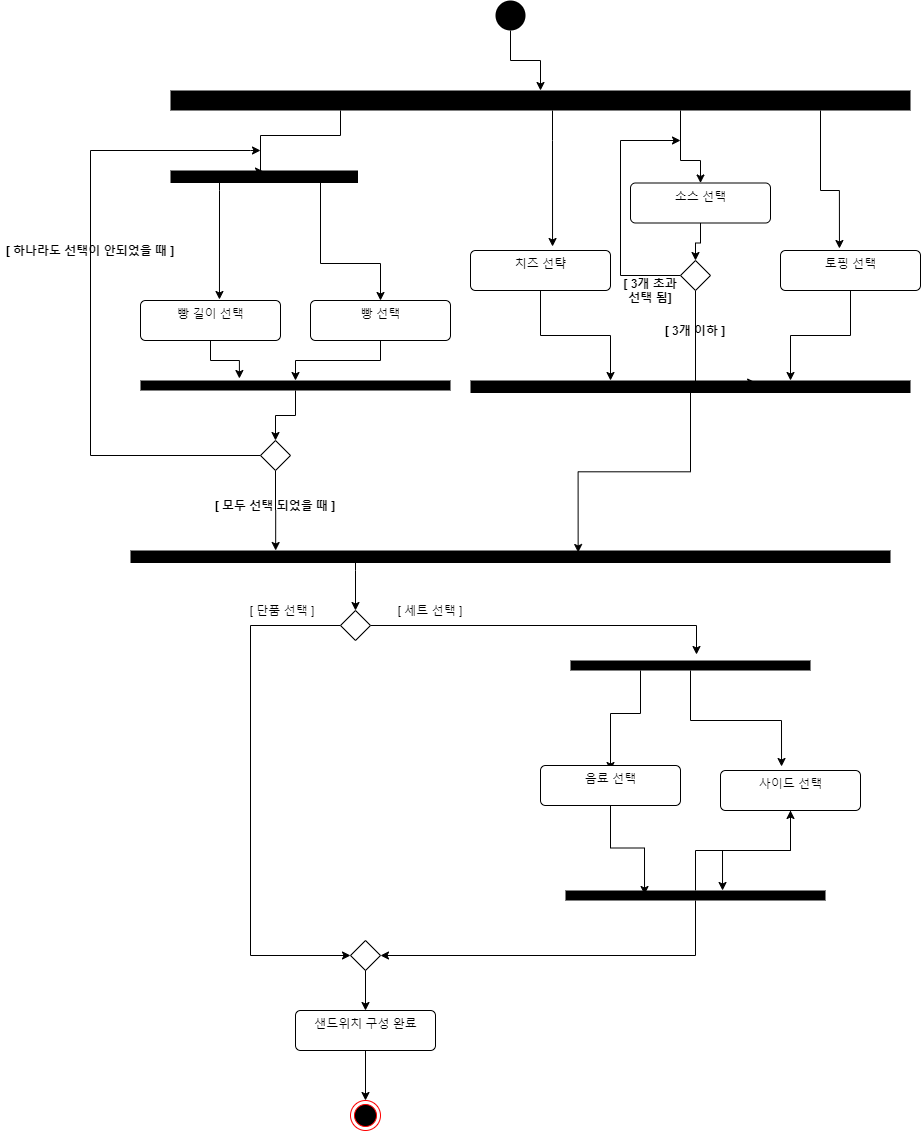
The draw.io diagram 상세명세서/Functional Model/activity diagram/Order Sandwich.png in distroytest/KNUSD-20202-Team05, before a commit. Source tidied: cells renumbered, new cells last; positions are measured from the earlier drawing's top-left corner, leaving out a move shared by most shapes.
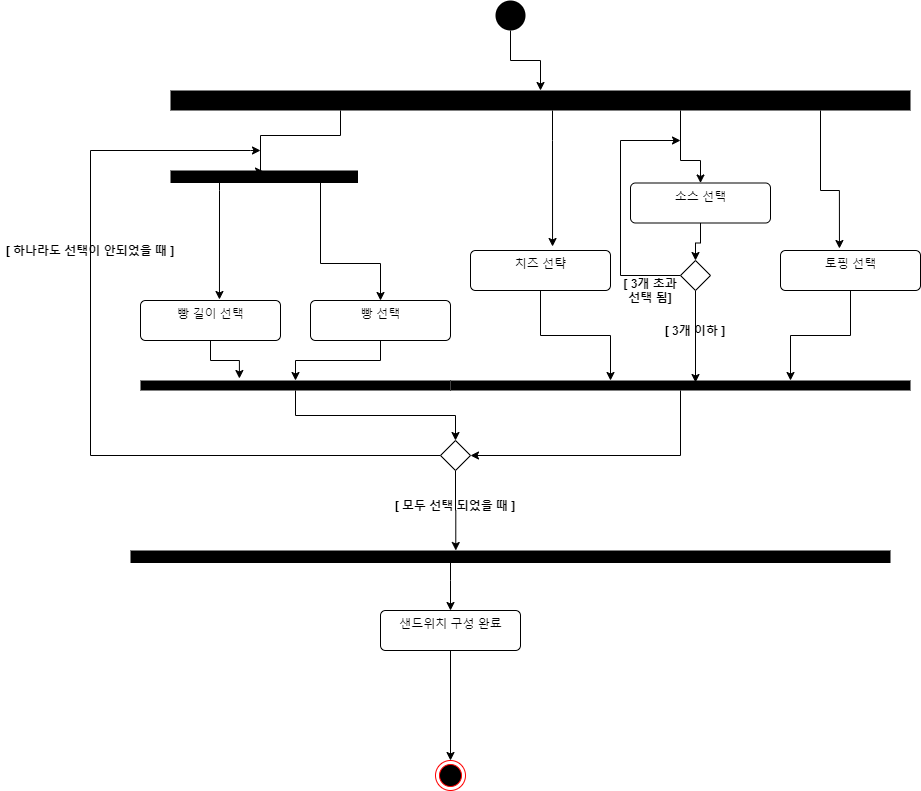
The same diagram one commit later.

What changed in the source:
```diff
@@ -109,20 +109,24 @@
     <mxCell id="23" style="html=1;points=[];perimeter=orthogonalPerimeter;fillColor=#000000;strokeColor=none;direction=south;" parent="1" vertex="1">
       <mxGeometry x="140" y="380" width="310" height="10" as="geometry" />
     </mxCell>
-    <mxCell id="24" style="edgeStyle=orthogonalEdgeStyle;rounded=0;jettySize=auto;html=1;entryX=0.16;entryY=0.411;entryDx=0;entryDy=0;entryPerimeter=0;" parent="1" edge="1" source="25" target="27">
-      <mxGeometry relative="1" as="geometry" />
+    <mxCell id="24" style="edgeStyle=orthogonalEdgeStyle;rounded=0;jettySize=auto;html=1;entryX=1;entryY=0.5;entryDx=0;entryDy=0;" parent="1" edge="1" source="25" target="30">
+      <mxGeometry relative="1" as="geometry">
+        <Array as="points">
+          <mxPoint x="680" y="455" />
+        </Array>
+      </mxGeometry>
     </mxCell>
     <mxCell id="25" style="html=1;points=[];perimeter=orthogonalPerimeter;fillColor=#000000;strokeColor=none;direction=south;" parent="1" vertex="1">
-      <mxGeometry x="470" y="380" width="440" height="12.5" as="geometry" />
+      <mxGeometry x="450" y="380" width="460" height="10" as="geometry" />
     </mxCell>
-    <mxCell id="26" style="edgeStyle=orthogonalEdgeStyle;rounded=0;jettySize=auto;html=1;entryX=0.5;entryY=0;entryDx=0;entryDy=0;" parent="1" edge="1" source="27" target="40">
-      <mxGeometry relative="1" as="geometry">
-        <Array as="points">
-          <mxPoint x="355" y="570" />
-          <mxPoint x="355" y="570" />
-        </Array>
-      </mxGeometry>
-    </mxCell>
+    <mxCell id="58" style="edgeStyle=orthogonalEdgeStyle;rounded=0;jettySize=auto;html=1;" parent="1" edge="1" source="27" target="57">
+      <mxGeometry relative="1" as="geometry">
+        <Array as="points">
+          <mxPoint x="450" y="580" />
+          <mxPoint x="450" y="580" />
+        </Array>
+      </mxGeometry>
+    </mxCell>
     <mxCell id="27" style="html=1;points=[];perimeter=orthogonalPerimeter;fillColor=#000000;strokeColor=none;direction=south;" parent="1" vertex="1">
       <mxGeometry x="130" y="550" width="760" height="12.5" as="geometry" />
     </mxCell>
@@ -136,14 +140,14 @@
         </Array>
       </mxGeometry>
     </mxCell>
-    <mxCell id="29" style="edgeStyle=orthogonalEdgeStyle;rounded=0;jettySize=auto;html=1;entryX=0;entryY=0.809;entryDx=0;entryDy=0;entryPerimeter=0;" parent="1" edge="1" source="30" target="27">
+    <mxCell id="29" style="edgeStyle=orthogonalEdgeStyle;rounded=0;jettySize=auto;html=1;entryX=0;entryY=0.572;entryDx=0;entryDy=0;entryPerimeter=0;" parent="1" edge="1" source="30" target="27">
       <mxGeometry relative="1" as="geometry" />
     </mxCell>
     <mxCell id="30" style="rhombus;" parent="1" vertex="1">
-      <mxGeometry x="260" y="440" width="30" height="30" as="geometry" />
+      <mxGeometry x="440" y="440" width="30" height="30" as="geometry" />
     </mxCell>
     <mxCell id="31" value="&lt;b&gt;[ 모두 선택 되었을 때 ]&lt;/b&gt;" style="text;html=1;strokeColor=none;fillColor=none;align=center;verticalAlign=middle;whiteSpace=wrap;rounded=0;" parent="1" vertex="1">
-      <mxGeometry x="210" y="495" width="130" height="20" as="geometry" />
+      <mxGeometry x="390" y="495" width="130" height="20" as="geometry" />
     </mxCell>
     <mxCell id="32" style="edgeStyle=orthogonalEdgeStyle;rounded=0;jettySize=auto;html=1;" parent="1" edge="1" source="34">
       <mxGeometry relative="1" as="geometry">
@@ -154,8 +158,9 @@
         </Array>
       </mxGeometry>
     </mxCell>
-    <mxCell id="33" style="edgeStyle=orthogonalEdgeStyle;rounded=0;jettySize=auto;html=1;entryX=0.16;entryY=0.352;entryDx=0;entryDy=0;entryPerimeter=0;" parent="1" edge="1" source="34" target="25">
+    <mxCell id="33" style="edgeStyle=orthogonalEdgeStyle;rounded=0;jettySize=auto;html=1;" parent="1" edge="1" source="34">
       <mxGeometry relative="1" as="geometry">
+        <mxPoint x="695" y="382" as="targetPoint" />
         <Array as="points">
           <mxPoint x="695" y="382" />
         </Array>
@@ -173,79 +178,19 @@
     <mxCell id="37" value="&lt;b&gt;[ 하나라도 선택이 안되었을 때 ]&lt;/b&gt;" style="text;html=1;strokeColor=none;fillColor=none;align=center;verticalAlign=middle;whiteSpace=wrap;rounded=0;" parent="1" vertex="1">
       <mxGeometry y="240" width="180" height="20" as="geometry" />
     </mxCell>
-    <mxCell id="38" style="edgeStyle=orthogonalEdgeStyle;rounded=0;jettySize=auto;html=1;entryX=-0.6;entryY=0.475;entryDx=0;entryDy=0;entryPerimeter=0;" parent="1" edge="1" source="40" target="45">
-      <mxGeometry relative="1" as="geometry" />
-    </mxCell>
-    <mxCell id="39" style="edgeStyle=orthogonalEdgeStyle;rounded=0;jettySize=auto;html=1;entryX=0;entryY=0.5;entryDx=0;entryDy=0;" parent="1" edge="1" source="40" target="42">
-      <mxGeometry relative="1" as="geometry">
-        <Array as="points">
-          <mxPoint x="250" y="625" />
-          <mxPoint x="250" y="955" />
-        </Array>
-      </mxGeometry>
-    </mxCell>
-    <mxCell id="40" style="rhombus;" parent="1" vertex="1">
-      <mxGeometry x="340" y="610" width="30" height="30" as="geometry" />
-    </mxCell>
-    <mxCell id="41" style="edgeStyle=orthogonalEdgeStyle;rounded=0;jettySize=auto;html=1;" parent="1" edge="1" source="42" target="57">
-      <mxGeometry relative="1" as="geometry" />
-    </mxCell>
-    <mxCell id="42" style="rhombus;" parent="1" vertex="1">
-      <mxGeometry x="350" y="940" width="30" height="30" as="geometry" />
-    </mxCell>
-    <mxCell id="43" style="edgeStyle=orthogonalEdgeStyle;rounded=0;jettySize=auto;html=1;entryX=0.5;entryY=0.125;entryDx=0;entryDy=0;entryPerimeter=0;" parent="1" edge="1" source="45" target="50">
-      <mxGeometry relative="1" as="geometry">
-        <Array as="points">
-          <mxPoint x="640" y="713" />
-          <mxPoint x="610" y="713" />
-        </Array>
-      </mxGeometry>
-    </mxCell>
-    <mxCell id="44" style="edgeStyle=orthogonalEdgeStyle;rounded=0;jettySize=auto;html=1;entryX=0.436;entryY=-0.1;entryDx=0;entryDy=0;entryPerimeter=0;" parent="1" edge="1" source="45" target="52">
-      <mxGeometry relative="1" as="geometry" />
-    </mxCell>
-    <mxCell id="45" style="html=1;points=[];perimeter=orthogonalPerimeter;fillColor=#000000;strokeColor=none;direction=south;" parent="1" vertex="1">
-      <mxGeometry x="570" y="660" width="240" height="10" as="geometry" />
-    </mxCell>
-    <mxCell id="46" style="edgeStyle=orthogonalEdgeStyle;rounded=0;jettySize=auto;html=1;entryX=1;entryY=0.5;entryDx=0;entryDy=0;" parent="1" edge="1" source="48" target="42">
-      <mxGeometry relative="1" as="geometry">
-        <Array as="points">
-          <mxPoint x="695" y="955" />
-        </Array>
-      </mxGeometry>
-    </mxCell>
-    <mxCell id="47" style="edgeStyle=orthogonalEdgeStyle;rounded=0;jettySize=auto;html=1;" parent="1" edge="1" source="48" target="52">
-      <mxGeometry relative="1" as="geometry" />
-    </mxCell>
-    <mxCell id="48" style="html=1;points=[];perimeter=orthogonalPerimeter;fillColor=#000000;strokeColor=none;direction=south;" parent="1" vertex="1">
-      <mxGeometry x="565" y="890" width="260" height="10" as="geometry" />
-    </mxCell>
-    <mxCell id="49" style="edgeStyle=orthogonalEdgeStyle;rounded=0;jettySize=auto;html=1;entryX=0.4;entryY=0.696;entryDx=0;entryDy=0;entryPerimeter=0;" parent="1" edge="1" source="50" target="48">
-      <mxGeometry relative="1" as="geometry" />
-    </mxCell>
-    <mxCell id="50" value="음료 선택" style="html=1;align=center;verticalAlign=top;rounded=1;absoluteArcSize=1;arcSize=10;dashed=0;" parent="1" vertex="1">
-      <mxGeometry x="540" y="765" width="140" height="40" as="geometry" />
-    </mxCell>
-    <mxCell id="51" style="edgeStyle=orthogonalEdgeStyle;rounded=0;jettySize=auto;html=1;entryX=0;entryY=0.396;entryDx=0;entryDy=0;entryPerimeter=0;" parent="1" edge="1" source="52" target="48">
-      <mxGeometry relative="1" as="geometry" />
-    </mxCell>
-    <mxCell id="52" value="사이드 선택" style="html=1;align=center;verticalAlign=top;rounded=1;absoluteArcSize=1;arcSize=10;dashed=0;" parent="1" vertex="1">
-      <mxGeometry x="720" y="770" width="140" height="40" as="geometry" />
-    </mxCell>
-    <mxCell id="53" value="[ 세트 선택 ]" style="text;html=1;strokeColor=none;fillColor=none;align=center;verticalAlign=middle;whiteSpace=wrap;rounded=0;" parent="1" vertex="1">
-      <mxGeometry x="390" y="600" width="80" height="20" as="geometry" />
-    </mxCell>
-    <mxCell id="54" value="[ 단품 선택 ]" style="text;html=1;strokeColor=none;fillColor=none;align=center;verticalAlign=middle;whiteSpace=wrap;rounded=0;" parent="1" vertex="1">
-      <mxGeometry x="244" y="600" width="76" height="20" as="geometry" />
-    </mxCell>
     <mxCell id="55" style="ellipse;html=1;shape=endState;fillColor=#000000;strokeColor=#ff0000;" parent="1" vertex="1">
-      <mxGeometry x="350" y="1100" width="30" height="30" as="geometry" />
+      <mxGeometry x="435" y="760" width="30" height="30" as="geometry" />
     </mxCell>
     <mxCell id="56" style="edgeStyle=orthogonalEdgeStyle;rounded=0;jettySize=auto;html=1;" parent="1" edge="1" source="57" target="55">
       <mxGeometry relative="1" as="geometry" />
     </mxCell>
+    <mxCell id="59" style="edgeStyle=orthogonalEdgeStyle;rounded=0;jettySize=auto;html=1;" parent="1" edge="1" source="57">
+      <mxGeometry relative="1" as="geometry">
+        <mxPoint x="450" y="640" as="targetPoint" />
+      </mxGeometry>
+    </mxCell>
     <mxCell id="57" value="샌드위치 구성 완료" style="html=1;align=center;verticalAlign=top;rounded=1;absoluteArcSize=1;arcSize=10;dashed=0;" parent="1" vertex="1">
-      <mxGeometry x="295" y="1010" width="140" height="40" as="geometry" />
+      <mxGeometry x="380" y="610" width="140" height="40" as="geometry" />
     </mxCell>
   </root>
 </mxGraphModel>
```
